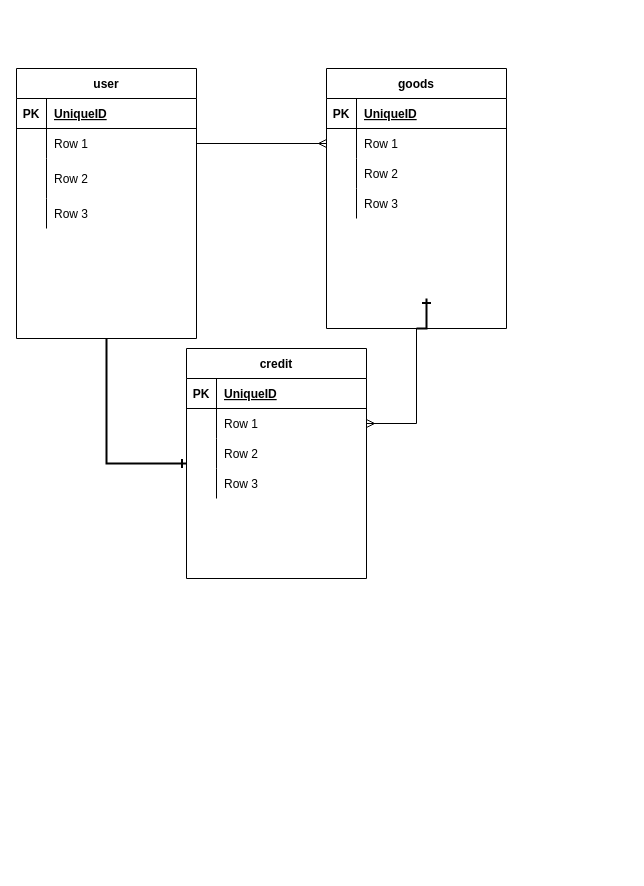
Masahiro6280/furima-36771 keeps this draw.io diagram as furima.dio. Above is the earlier version. Source tidied: cells renumbered, new cells numbered last; positions are measured from the earlier drawing's top-left corner, leaving out a move shared by most shapes. Both pictures are drawn from the tidied source at 100%, with x=0, y=0 at pixel (16, 68).
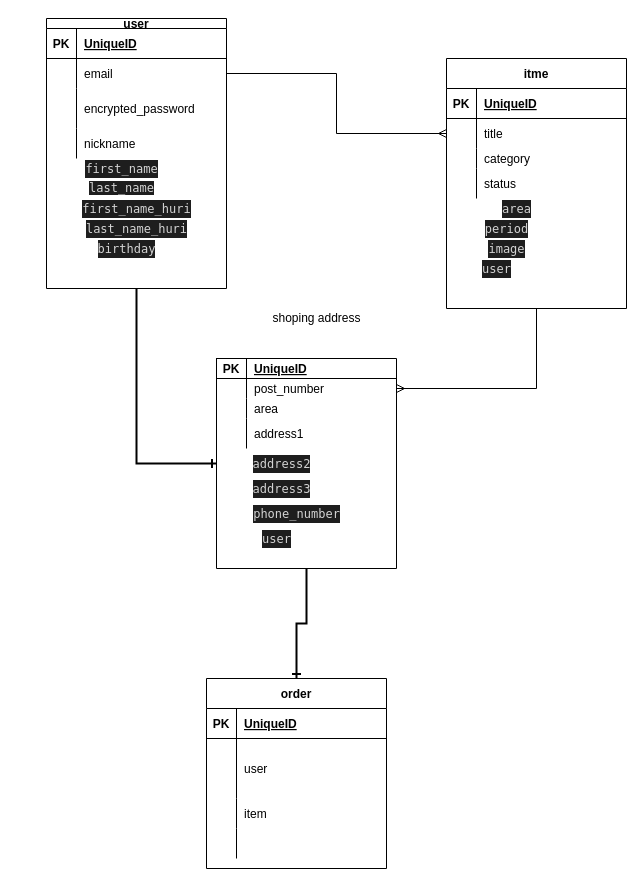
After the change.

Unchanged cells that the change refers to:
```xml
<mxCell id="22" style="shape=partialRectangle;fillColor=none;top=0;left=0;bottom=0;right=0;points=[[0,0.5],[1,0.5]];portConstraint=eastwest;" parent="18" vertex="1">
  <mxGeometry y="60" width="180" height="30" as="geometry" />
</mxCell>
```

Diff of the diagram source:
```diff
@@
-    <mxCell id="3" value="user" style="shape=table;startSize=30;childLayout=tableLayout;rowLines=0;fontStyle=1;align=center;" parent="1" vertex="1">
-      <mxGeometry width="180" height="270" as="geometry" />
+    <mxCell id="3" value="user" style="shape=table;startSize=10;childLayout=tableLayout;rowLines=0;fontStyle=1;align=center;" parent="1" vertex="1">
+      <mxGeometry x="30" y="-50" width="180" height="270" as="geometry" />
     </mxCell>
     <mxCell id="4" style="shape=partialRectangle;fillColor=none;top=0;left=0;bottom=1;right=0;" parent="3" vertex="1">
-      <mxGeometry y="30" width="180" height="30" as="geometry" />
+      <mxGeometry y="10" width="180" height="30" as="geometry" />
     </mxCell>
@@
     <mxCell id="7" style="shape=partialRectangle;fillColor=none;top=0;left=0;bottom=0;right=0;points=[[0,0.5],[1,0.5]];portConstraint=eastwest;" parent="3" vertex="1">
-      <mxGeometry y="60" width="180" height="30" as="geometry" />
+      <mxGeometry y="40" width="180" height="30" as="geometry" />
     </mxCell>
@@
-    <mxCell id="9" value="Row 1" style="shape=partialRectangle;fillColor=none;top=0;left=0;bottom=0;right=0;align=left;spacingLeft=6;overflow=hidden;" parent="7" vertex="1">
+    <mxCell id="9" value="email" style="shape=partialRectangle;fillColor=none;top=0;left=0;bottom=0;right=0;align=left;spacingLeft=6;overflow=hidden;" parent="7" vertex="1">
       <mxGeometry x="30" width="150" height="30" as="geometry" />
     </mxCell>
     <mxCell id="10" style="shape=partialRectangle;fillColor=none;top=0;left=0;bottom=0;right=0;" parent="3" vertex="1">
-      <mxGeometry y="90" width="180" height="40" as="geometry" />
+      <mxGeometry y="70" width="180" height="40" as="geometry" />
     </mxCell>
@@
-    <mxCell id="12" value="Row 2" style="shape=partialRectangle;fillColor=none;top=0;left=0;bottom=0;right=0;align=left;spacingLeft=6;overflow=hidden;" parent="10" vertex="1">
+    <mxCell id="12" value="encrypted_password" style="shape=partialRectangle;fillColor=none;top=0;left=0;bottom=0;right=0;align=left;spacingLeft=6;overflow=hidden;" parent="10" vertex="1">
       <mxGeometry x="30" width="150" height="40" as="geometry" />
     </mxCell>
     <mxCell id="13" style="shape=partialRectangle;fillColor=none;top=0;left=0;bottom=0;right=0;" parent="3" vertex="1">
-      <mxGeometry y="130" width="180" height="30" as="geometry" />
+      <mxGeometry y="110" width="180" height="30" as="geometry" />
     </mxCell>
@@
-    <mxCell id="15" value="Row 3" style="shape=partialRectangle;fillColor=none;top=0;left=0;bottom=0;right=0;align=left;spacingLeft=6;overflow=hidden;" parent="13" vertex="1">
+    <mxCell id="15" value="nickname " style="shape=partialRectangle;fillColor=none;top=0;left=0;bottom=0;right=0;align=left;spacingLeft=6;overflow=hidden;" parent="13" vertex="1">
       <mxGeometry x="30" width="150" height="30" as="geometry" />
     </mxCell>
@@
-    <mxCell id="17" style="edgeStyle=orthogonalEdgeStyle;rounded=0;jettySize=auto;html=1;exitX=0.5;exitY=1;exitDx=0;exitDy=0;endArrow=ERone;endFill=0;strokeWidth=2;" parent="1" edge="1" source="18">
-      <mxGeometry relative="1" as="geometry">
-        <mxPoint x="410" y="230" as="targetPoint" />
-      </mxGeometry>
-    </mxCell>
-    <mxCell id="18" value="goods" style="shape=table;startSize=30;childLayout=tableLayout;rowLines=0;fontStyle=1;align=center;" parent="1" vertex="1">
-      <mxGeometry x="310" width="180" height="260" as="geometry" />
+    <mxCell id="18" value="itme" style="shape=table;startSize=30;childLayout=tableLayout;rowLines=0;fontStyle=1;align=center;" parent="1" vertex="1">
+      <mxGeometry x="430" y="-10" width="180" height="250" as="geometry" />
     </mxCell>
@@
-    <mxCell id="24" value="Row 1" style="shape=partialRectangle;fillColor=none;top=0;left=0;bottom=0;right=0;align=left;spacingLeft=6;overflow=hidden;" parent="22" vertex="1">
+    <mxCell id="24" value="title " style="shape=partialRectangle;fillColor=none;top=0;left=0;bottom=0;right=0;align=left;spacingLeft=6;overflow=hidden;" parent="22" vertex="1">
       <mxGeometry x="30" width="150" height="30" as="geometry" />
     </mxCell>
     <mxCell id="25" style="shape=partialRectangle;fillColor=none;top=0;left=0;bottom=0;right=0;" parent="18" vertex="1">
-      <mxGeometry y="90" width="180" height="30" as="geometry" />
+      <mxGeometry y="90" width="180" height="20" as="geometry" />
     </mxCell>
     <mxCell id="26" style="shape=partialRectangle;fillColor=none;top=0;left=0;bottom=0;right=0;overflow=hidden;" parent="25" vertex="1">
-      <mxGeometry width="30" height="30" as="geometry" />
+      <mxGeometry width="30" height="20" as="geometry" />
     </mxCell>
-    <mxCell id="27" value="Row 2" style="shape=partialRectangle;fillColor=none;top=0;left=0;bottom=0;right=0;align=left;spacingLeft=6;overflow=hidden;" parent="25" vertex="1">
-      <mxGeometry x="30" width="150" height="30" as="geometry" />
+    <mxCell id="27" value="category " style="shape=partialRectangle;fillColor=none;top=0;left=0;bottom=0;right=0;align=left;spacingLeft=6;overflow=hidden;" parent="25" vertex="1">
+      <mxGeometry x="30" width="150" height="20" as="geometry" />
     </mxCell>
     <mxCell id="28" style="shape=partialRectangle;fillColor=none;top=0;left=0;bottom=0;right=0;" parent="18" vertex="1">
-      <mxGeometry y="120" width="180" height="30" as="geometry" />
+      <mxGeometry y="110" width="180" height="30" as="geometry" />
     </mxCell>
@@
-    <mxCell id="30" value="Row 3" style="shape=partialRectangle;fillColor=none;top=0;left=0;bottom=0;right=0;align=left;spacingLeft=6;overflow=hidden;" parent="28" vertex="1">
+    <mxCell id="30" value="status" style="shape=partialRectangle;fillColor=none;top=0;left=0;bottom=0;right=0;align=left;spacingLeft=6;overflow=hidden;" parent="28" vertex="1">
       <mxGeometry x="30" width="150" height="30" as="geometry" />
     </mxCell>
+    <mxCell id="45" style="edgeStyle=orthogonalEdgeStyle;rounded=0;jettySize=auto;html=1;exitX=0.5;exitY=1;exitDx=0;exitDy=0;entryX=0.5;entryY=0;entryDx=0;entryDy=0;endArrow=ERone;endFill=0;strokeWidth=2;" parent="1" edge="1" source="31" target="46">
+      <mxGeometry relative="1" as="geometry" />
+    </mxCell>
-    <mxCell id="31" value="credit" style="shape=table;startSize=30;childLayout=tableLayout;rowLines=0;fontStyle=1;align=center;" parent="1" vertex="1">
-      <mxGeometry x="170" y="280" width="180" height="230" as="geometry" />
+    <mxCell id="31" style="shape=table;startSize=0;childLayout=tableLayout;rowLines=0;fontStyle=1;align=center;" parent="1" vertex="1">
+      <mxGeometry x="200" y="290" width="180" height="210" as="geometry" />
     </mxCell>
     <mxCell id="32" style="shape=partialRectangle;fillColor=none;top=0;left=0;bottom=1;right=0;" parent="31" vertex="1">
-      <mxGeometry y="30" width="180" height="30" as="geometry" />
+      <mxGeometry width="180" height="20" as="geometry" />
     </mxCell>
     <mxCell id="33" value="PK" style="shape=partialRectangle;fillColor=none;top=0;left=0;bottom=0;right=0;fontStyle=1;overflow=hidden;" parent="32" vertex="1">
-      <mxGeometry width="30" height="30" as="geometry" />
+      <mxGeometry width="30" height="20" as="geometry" />
     </mxCell>
     <mxCell id="34" value="UniqueID" style="shape=partialRectangle;fillColor=none;top=0;left=0;bottom=0;right=0;align=left;spacingLeft=6;fontStyle=5;overflow=hidden;" parent="32" vertex="1">
-      <mxGeometry x="30" width="150" height="30" as="geometry" />
+      <mxGeometry x="30" width="150" height="20" as="geometry" />
     </mxCell>
     <mxCell id="35" style="shape=partialRectangle;fillColor=none;top=0;left=0;bottom=0;right=0;points=[[0,0.5],[1,0.5]];portConstraint=eastwest;" parent="31" vertex="1">
-      <mxGeometry y="60" width="180" height="30" as="geometry" />
+      <mxGeometry y="20" width="180" height="20" as="geometry" />
     </mxCell>
     <mxCell id="36" style="shape=partialRectangle;fillColor=none;top=0;left=0;bottom=0;right=0;overflow=hidden;" parent="35" vertex="1">
-      <mxGeometry width="30" height="30" as="geometry" />
+      <mxGeometry width="30" height="20" as="geometry" />
     </mxCell>
-    <mxCell id="37" value="Row 1" style="shape=partialRectangle;fillColor=none;top=0;left=0;bottom=0;right=0;align=left;spacingLeft=6;overflow=hidden;" parent="35" vertex="1">
-      <mxGeometry x="30" width="150" height="30" as="geometry" />
+    <mxCell id="37" value="post_number " style="shape=partialRectangle;fillColor=none;top=0;left=0;bottom=0;right=0;align=left;spacingLeft=6;overflow=hidden;" parent="35" vertex="1">
+      <mxGeometry x="30" width="150" height="20" as="geometry" />
     </mxCell>
     <mxCell id="38" style="shape=partialRectangle;fillColor=none;top=0;left=0;bottom=0;right=0;" parent="31" vertex="1">
-      <mxGeometry y="90" width="180" height="30" as="geometry" />
+      <mxGeometry y="40" width="180" height="20" as="geometry" />
     </mxCell>
     <mxCell id="39" style="shape=partialRectangle;fillColor=none;top=0;left=0;bottom=0;right=0;overflow=hidden;" parent="38" vertex="1">
-      <mxGeometry width="30" height="30" as="geometry" />
+      <mxGeometry width="30" height="20" as="geometry" />
     </mxCell>
-    <mxCell id="40" value="Row 2" style="shape=partialRectangle;fillColor=none;top=0;left=0;bottom=0;right=0;align=left;spacingLeft=6;overflow=hidden;" parent="38" vertex="1">
-      <mxGeometry x="30" width="150" height="30" as="geometry" />
+    <mxCell id="40" value="area " style="shape=partialRectangle;fillColor=none;top=0;left=0;bottom=0;right=0;align=left;spacingLeft=6;overflow=hidden;" parent="38" vertex="1">
+      <mxGeometry x="30" width="150" height="20" as="geometry" />
     </mxCell>
     <mxCell id="41" style="shape=partialRectangle;fillColor=none;top=0;left=0;bottom=0;right=0;" parent="31" vertex="1">
-      <mxGeometry y="120" width="180" height="30" as="geometry" />
+      <mxGeometry y="60" width="180" height="30" as="geometry" />
     </mxCell>
@@
-    <mxCell id="43" value="Row 3" style="shape=partialRectangle;fillColor=none;top=0;left=0;bottom=0;right=0;align=left;spacingLeft=6;overflow=hidden;" parent="41" vertex="1">
+    <mxCell id="43" value="address1   " style="shape=partialRectangle;fillColor=none;top=0;left=0;bottom=0;right=0;align=left;spacingLeft=6;overflow=hidden;" parent="41" vertex="1">
       <mxGeometry x="30" width="150" height="30" as="geometry" />
     </mxCell>
@@
+    <mxCell id="46" value="order" style="shape=table;startSize=30;childLayout=tableLayout;rowLines=0;fontStyle=1;align=center;" parent="1" vertex="1">
+      <mxGeometry x="190" y="610" width="180" height="190" as="geometry" />
+    </mxCell>
+    <mxCell id="47" style="shape=partialRectangle;fillColor=none;top=0;left=0;bottom=1;right=0;" parent="46" vertex="1">
+      <mxGeometry y="30" width="180" height="30" as="geometry" />
+    </mxCell>
+    <mxCell id="48" value="PK" style="shape=partialRectangle;fillColor=none;top=0;left=0;bottom=0;right=0;fontStyle=1;overflow=hidden;" parent="47" vertex="1">
+      <mxGeometry width="30" height="30" as="geometry" />
+    </mxCell>
+    <mxCell id="49" value="UniqueID" style="shape=partialRectangle;fillColor=none;top=0;left=0;bottom=0;right=0;align=left;spacingLeft=6;fontStyle=5;overflow=hidden;" parent="47" vertex="1">
+      <mxGeometry x="30" width="150" height="30" as="geometry" />
+    </mxCell>
+    <mxCell id="50" style="shape=partialRectangle;fillColor=none;top=0;left=0;bottom=0;right=0;" parent="46" vertex="1">
+      <mxGeometry y="60" width="180" height="60" as="geometry" />
+    </mxCell>
+    <mxCell id="51" style="shape=partialRectangle;fillColor=none;top=0;left=0;bottom=0;right=0;overflow=hidden;" parent="50" vertex="1">
+      <mxGeometry width="30" height="60" as="geometry" />
+    </mxCell>
+    <mxCell id="52" value="user" style="shape=partialRectangle;fillColor=none;top=0;left=0;bottom=0;right=0;align=left;spacingLeft=6;overflow=hidden;" parent="50" vertex="1">
+      <mxGeometry x="30" width="150" height="60" as="geometry" />
+    </mxCell>
+    <mxCell id="53" style="shape=partialRectangle;fillColor=none;top=0;left=0;bottom=0;right=0;" parent="46" vertex="1">
+      <mxGeometry y="120" width="180" height="30" as="geometry" />
+    </mxCell>
+    <mxCell id="54" style="shape=partialRectangle;fillColor=none;top=0;left=0;bottom=0;right=0;overflow=hidden;" parent="53" vertex="1">
+      <mxGeometry width="30" height="30" as="geometry" />
+    </mxCell>
+    <mxCell id="55" value="item" style="shape=partialRectangle;fillColor=none;top=0;left=0;bottom=0;right=0;align=left;spacingLeft=6;overflow=hidden;" parent="53" vertex="1">
+      <mxGeometry x="30" width="150" height="30" as="geometry" />
+    </mxCell>
+    <mxCell id="56" style="shape=partialRectangle;fillColor=none;top=0;left=0;bottom=0;right=0;" parent="46" vertex="1">
+      <mxGeometry y="150" width="180" height="30" as="geometry" />
+    </mxCell>
+    <mxCell id="57" style="shape=partialRectangle;fillColor=none;top=0;left=0;bottom=0;right=0;overflow=hidden;" parent="56" vertex="1">
+      <mxGeometry width="30" height="30" as="geometry" />
+    </mxCell>
+    <mxCell id="58" style="shape=partialRectangle;fillColor=none;top=0;left=0;bottom=0;right=0;align=left;spacingLeft=6;overflow=hidden;" parent="56" vertex="1">
+      <mxGeometry x="30" width="150" height="30" as="geometry" />
+    </mxCell>
+    <mxCell id="59" value="&lt;div style=&quot;color: rgb(212 , 212 , 212) ; background-color: rgb(30 , 30 , 30) ; font-family: &amp;#34;menlo&amp;#34; , &amp;#34;monaco&amp;#34; , &amp;#34;courier new&amp;#34; , monospace ; line-height: 18px&quot;&gt;first_name&lt;/div&gt;" style="text;html=1;align=center;verticalAlign=middle;strokeColor=none;" parent="1" vertex="1">
+      <mxGeometry x="60" y="90" width="90" height="20" as="geometry" />
+    </mxCell>
+    <mxCell id="60" value="&lt;span style=&quot;background-color: rgb(30 , 30 , 30) ; color: rgb(212 , 212 , 212) ; font-family: &amp;#34;menlo&amp;#34; , &amp;#34;monaco&amp;#34; , &amp;#34;courier new&amp;#34; , monospace&quot;&gt;last_name&lt;/span&gt;" style="text;html=1;align=center;verticalAlign=middle;strokeColor=none;" parent="1" vertex="1">
+      <mxGeometry x="65" y="110" width="80" height="20" as="geometry" />
+    </mxCell>
+    <mxCell id="61" value="&lt;div style=&quot;color: rgb(212 , 212 , 212) ; background-color: rgb(30 , 30 , 30) ; font-family: &amp;#34;menlo&amp;#34; , &amp;#34;monaco&amp;#34; , &amp;#34;courier new&amp;#34; , monospace ; line-height: 18px&quot;&gt;first_name_huri&lt;/div&gt;" style="text;html=1;align=center;verticalAlign=middle;strokeColor=none;" parent="1" vertex="1">
+      <mxGeometry x="60" y="130" width="120" height="20" as="geometry" />
+    </mxCell>
+    <mxCell id="62" value="&lt;div style=&quot;color: rgb(212 , 212 , 212) ; background-color: rgb(30 , 30 , 30) ; font-family: &amp;#34;menlo&amp;#34; , &amp;#34;monaco&amp;#34; , &amp;#34;courier new&amp;#34; , monospace ; line-height: 18px&quot;&gt;last_name_huri&lt;/div&gt;" style="text;html=1;align=center;verticalAlign=middle;strokeColor=none;" parent="1" vertex="1">
+      <mxGeometry x="60" y="150" width="120" height="20" as="geometry" />
+    </mxCell>
+    <mxCell id="63" value="&lt;div style=&quot;color: rgb(212 , 212 , 212) ; background-color: rgb(30 , 30 , 30) ; font-family: &amp;#34;menlo&amp;#34; , &amp;#34;monaco&amp;#34; , &amp;#34;courier new&amp;#34; , monospace ; line-height: 18px&quot;&gt;birthday&lt;/div&gt;" style="text;html=1;align=center;verticalAlign=middle;strokeColor=none;" parent="1" vertex="1">
+      <mxGeometry x="75" y="170" width="70" height="20" as="geometry" />
+    </mxCell>
+    <mxCell id="64" value="&lt;div style=&quot;color: rgb(212 , 212 , 212) ; background-color: rgb(30 , 30 , 30) ; font-family: &amp;#34;menlo&amp;#34; , &amp;#34;monaco&amp;#34; , &amp;#34;courier new&amp;#34; , monospace ; line-height: 18px&quot;&gt;area&lt;/div&gt;" style="text;html=1;align=center;verticalAlign=middle;strokeColor=none;" parent="1" vertex="1">
+      <mxGeometry x="480" y="130" width="40" height="20" as="geometry" />
+    </mxCell>
+    <mxCell id="65" value="&lt;div style=&quot;color: rgb(212 , 212 , 212) ; background-color: rgb(30 , 30 , 30) ; font-family: &amp;#34;menlo&amp;#34; , &amp;#34;monaco&amp;#34; , &amp;#34;courier new&amp;#34; , monospace ; line-height: 18px&quot;&gt;period &lt;/div&gt;" style="text;html=1;align=center;verticalAlign=middle;strokeColor=none;" parent="1" vertex="1">
+      <mxGeometry x="460" y="150" width="60" height="20" as="geometry" />
+    </mxCell>
+    <mxCell id="66" value="&lt;div style=&quot;color: rgb(212 , 212 , 212) ; background-color: rgb(30 , 30 , 30) ; font-family: &amp;#34;menlo&amp;#34; , &amp;#34;monaco&amp;#34; , &amp;#34;courier new&amp;#34; , monospace ; line-height: 18px&quot;&gt;image &lt;/div&gt;" style="text;html=1;align=center;verticalAlign=middle;strokeColor=none;" parent="1" vertex="1">
+      <mxGeometry x="465" y="170" width="50" height="20" as="geometry" />
+    </mxCell>
+    <mxCell id="67" value="&lt;div style=&quot;color: rgb(212 , 212 , 212) ; background-color: rgb(30 , 30 , 30) ; font-family: &amp;#34;menlo&amp;#34; , &amp;#34;monaco&amp;#34; , &amp;#34;courier new&amp;#34; , monospace ; line-height: 18px&quot;&gt;user  &lt;/div&gt;" style="text;html=1;align=center;verticalAlign=middle;strokeColor=none;" parent="1" vertex="1">
+      <mxGeometry x="460" y="190" width="40" height="20" as="geometry" />
+    </mxCell>
+    <mxCell id="68" value="shoping address" style="text;html=1;align=center;verticalAlign=middle;strokeColor=none;" parent="1" vertex="1">
+      <mxGeometry x="250" y="240" width="100" height="20" as="geometry" />
+    </mxCell>
+    <mxCell id="69" value="&lt;div style=&quot;color: rgb(212 , 212 , 212) ; background-color: rgb(30 , 30 , 30) ; font-family: &amp;#34;menlo&amp;#34; , &amp;#34;monaco&amp;#34; , &amp;#34;courier new&amp;#34; , monospace ; line-height: 18px&quot;&gt;address2 &lt;/div&gt;" style="text;html=1;align=center;verticalAlign=middle;strokeColor=none;" parent="1" vertex="1">
+      <mxGeometry x="230" y="385" width="70" height="20" as="geometry" />
+    </mxCell>
+    <mxCell id="70" value="&lt;div style=&quot;color: rgb(212 , 212 , 212) ; background-color: rgb(30 , 30 , 30) ; font-family: &amp;#34;menlo&amp;#34; , &amp;#34;monaco&amp;#34; , &amp;#34;courier new&amp;#34; , monospace ; line-height: 18px&quot;&gt;address3 &lt;/div&gt;" style="text;html=1;align=center;verticalAlign=middle;strokeColor=none;" parent="1" vertex="1">
+      <mxGeometry x="230" y="410" width="70" height="20" as="geometry" />
+    </mxCell>
+    <mxCell id="71" value="&lt;div style=&quot;color: rgb(212 , 212 , 212) ; background-color: rgb(30 , 30 , 30) ; font-family: &amp;#34;menlo&amp;#34; , &amp;#34;monaco&amp;#34; , &amp;#34;courier new&amp;#34; , monospace ; line-height: 18px&quot;&gt;phone_number   &lt;/div&gt;" style="text;html=1;align=center;verticalAlign=middle;strokeColor=none;" parent="1" vertex="1">
+      <mxGeometry x="230" y="435" width="100" height="20" as="geometry" />
+    </mxCell>
+    <mxCell id="72" value="&lt;div style=&quot;color: rgb(212 , 212 , 212) ; background-color: rgb(30 , 30 , 30) ; font-family: &amp;#34;menlo&amp;#34; , &amp;#34;monaco&amp;#34; , &amp;#34;courier new&amp;#34; , monospace ; line-height: 18px&quot;&gt;user&lt;/div&gt;" style="text;html=1;align=center;verticalAlign=middle;strokeColor=none;" parent="1" vertex="1">
+      <mxGeometry x="240" y="460" width="40" height="20" as="geometry" />
+    </mxCell>
```
